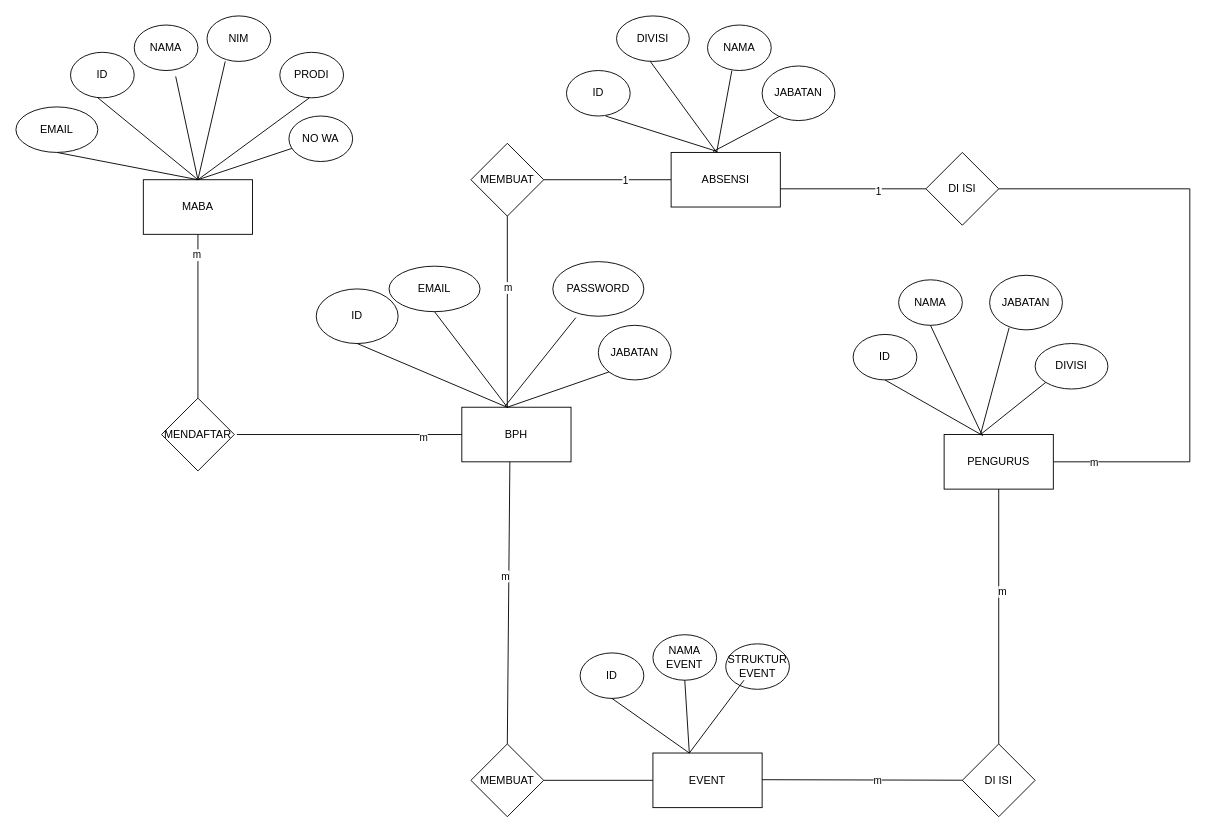
The draw.io diagram Draw io/ERD.drawio in lelymaria/DATA-PROYEK-2, before the edit. Source tidied: cells renumbered, new cells numbered last; positions are measured from the earlier drawing's top-left corner, leaving out a move shared by most shapes. Both pictures are drawn from the tidied source at 91%, with x=0, y=0 at pixel (15, 15).
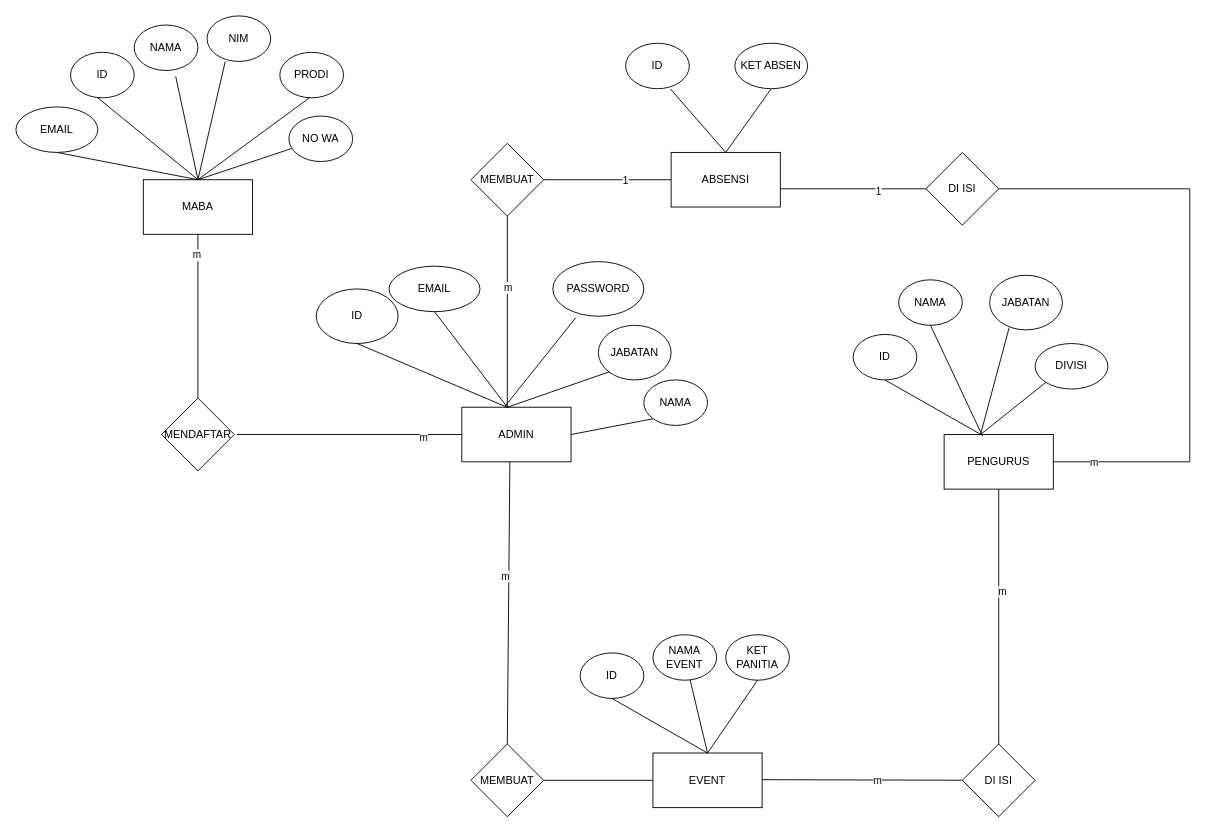
The same page after the edit.

The change refers to these unchanged cells:
```xml
<mxCell id="14" value="ABSENSI" style="rounded=0;whiteSpace=wrap;html=1;" parent="1" vertex="1">
  <mxGeometry x="720" y="150" width="120" height="60" as="geometry" />
</mxCell>
<mxCell id="31" value="EVENT" style="rounded=0;whiteSpace=wrap;html=1;" parent="1" vertex="1">
  <mxGeometry x="700" y="810" width="120" height="60" as="geometry" />
</mxCell>
<mxCell id="33" value="ID" style="ellipse;whiteSpace=wrap;html=1;" parent="1" vertex="1">
  <mxGeometry x="620" y="700" width="70" height="50" as="geometry" />
</mxCell>
<mxCell id="34" value="NAMA EVENT" style="ellipse;whiteSpace=wrap;html=1;" parent="1" vertex="1">
  <mxGeometry x="700" y="680" width="70" height="50" as="geometry" />
</mxCell>
```

What changed in the source:
```diff
@@
+    <mxCell id="74" style="edgeStyle=none;rounded=0;jettySize=auto;html=1;exitX=1;exitY=0.5;exitDx=0;exitDy=0;entryX=0;entryY=1;entryDx=0;entryDy=0;endArrow=none;endFill=0;" parent="1" edge="1" source="4" target="16">
+      <mxGeometry relative="1" as="geometry" />
+    </mxCell>
-    <mxCell id="4" value="BPH" style="rounded=0;whiteSpace=wrap;html=1;" parent="1" vertex="1">
+    <mxCell id="4" value="ADMIN" style="rounded=0;whiteSpace=wrap;html=1;" parent="1" vertex="1">
       <mxGeometry x="490" y="430" width="120" height="60" as="geometry" />
     </mxCell>
@@
+    <mxCell id="75" style="rounded=0;jettySize=auto;html=1;exitX=0.5;exitY=0;exitDx=0;exitDy=0;entryX=0.703;entryY=1.005;entryDx=0;entryDy=0;entryPerimeter=0;endArrow=none;endFill=0;" parent="1" edge="1" source="14" target="15">
+      <mxGeometry relative="1" as="geometry" />
+    </mxCell>
+    <mxCell id="76" style="edgeStyle=none;rounded=0;jettySize=auto;html=1;exitX=0.5;exitY=0;exitDx=0;exitDy=0;entryX=0.5;entryY=1;entryDx=0;entryDy=0;endArrow=none;endFill=0;" parent="1" edge="1" source="14" target="18">
+      <mxGeometry relative="1" as="geometry" />
+    </mxCell>
@@
     <mxCell id="15" value="ID" style="ellipse;whiteSpace=wrap;html=1;" parent="1" vertex="1">
-      <mxGeometry x="605" y="60" width="70" height="50" as="geometry" />
+      <mxGeometry x="670" y="30" width="70" height="50" as="geometry" />
     </mxCell>
-    <mxCell id="16" value="NAMA" style="ellipse;whiteSpace=wrap;html=1;" parent="1" vertex="1">
-      <mxGeometry x="760" y="10" width="70" height="50" as="geometry" />
-    </mxCell>
-    <mxCell id="17" value="JABATAN" style="ellipse;whiteSpace=wrap;html=1;" parent="1" vertex="1">
-      <mxGeometry x="820" y="55" width="80" height="60" as="geometry" />
-    </mxCell>
-    <mxCell id="18" value="DIVISI" style="ellipse;whiteSpace=wrap;html=1;" parent="1" vertex="1">
-      <mxGeometry x="660" width="80" height="50" as="geometry" />
+    <mxCell id="18" value="KET ABSEN" style="ellipse;whiteSpace=wrap;html=1;" parent="1" vertex="1">
+      <mxGeometry x="790" y="30" width="80" height="50" as="geometry" />
     </mxCell>
@@
+    <mxCell id="77" style="edgeStyle=none;rounded=0;jettySize=auto;html=1;exitX=0.5;exitY=0;exitDx=0;exitDy=0;entryX=0.5;entryY=1;entryDx=0;entryDy=0;endArrow=none;endFill=0;" parent="1" edge="1" source="31" target="35">
+      <mxGeometry relative="1" as="geometry" />
+    </mxCell>
+    <mxCell id="78" style="edgeStyle=none;rounded=0;jettySize=auto;html=1;exitX=0.5;exitY=0;exitDx=0;exitDy=0;endArrow=none;endFill=0;" parent="1" edge="1" source="31" target="34">
+      <mxGeometry relative="1" as="geometry" />
+    </mxCell>
+    <mxCell id="79" style="edgeStyle=none;rounded=0;jettySize=auto;html=1;exitX=0.5;exitY=0;exitDx=0;exitDy=0;entryX=0.5;entryY=1;entryDx=0;entryDy=0;endArrow=none;endFill=0;" parent="1" edge="1" source="31" target="33">
+      <mxGeometry relative="1" as="geometry" />
+    </mxCell>
@@
-    <mxCell id="35" value="STRUKTUR EVENT" style="ellipse;whiteSpace=wrap;html=1;" parent="1" vertex="1">
-      <mxGeometry x="780" y="690" width="70" height="50" as="geometry" />
+    <mxCell id="35" value="KET PANITIA" style="ellipse;whiteSpace=wrap;html=1;" parent="1" vertex="1">
+      <mxGeometry x="780" y="680" width="70" height="50" as="geometry" />
     </mxCell>
@@
-    <mxCell id="48" style="rounded=0;jettySize=auto;html=1;exitX=0.5;exitY=1;exitDx=0;exitDy=0;startArrow=none;startFill=0;endArrow=none;endFill=0;entryX=0.424;entryY=-0.016;entryDx=0;entryDy=0;entryPerimeter=0;" parent="1" edge="1" target="14">
-      <mxGeometry relative="1" as="geometry">
-        <mxPoint x="648" y="110" as="sourcePoint" />
-      </mxGeometry>
-    </mxCell>
-    <mxCell id="49" style="rounded=0;orthogonalLoop=1;jettySize=auto;html=1;exitX=0.5;exitY=1;exitDx=0;exitDy=0;startArrow=none;startFill=0;endArrow=none;endFill=0;" parent="1" edge="1">
-      <mxGeometry relative="1" as="geometry">
-        <mxPoint x="697.1" y="50" as="sourcePoint" />
-        <mxPoint x="770" y="150" as="targetPoint" />
-      </mxGeometry>
-    </mxCell>
-    <mxCell id="50" style="rounded=0;jettySize=auto;html=1;exitX=0.382;exitY=1.003;exitDx=0;exitDy=0;startArrow=none;startFill=0;endArrow=none;endFill=0;exitPerimeter=0;" parent="1" edge="1" source="16">
-      <mxGeometry relative="1" as="geometry">
-        <mxPoint x="770" y="150" as="targetPoint" />
-      </mxGeometry>
-    </mxCell>
-    <mxCell id="51" style="rounded=0;jettySize=auto;html=1;exitX=0.5;exitY=1;exitDx=0;exitDy=0;startArrow=none;startFill=0;endArrow=none;endFill=0;entryX=0.384;entryY=-0.016;entryDx=0;entryDy=0;entryPerimeter=0;" parent="1" edge="1" target="14">
-      <mxGeometry relative="1" as="geometry">
-        <mxPoint x="840" y="110" as="sourcePoint" />
-      </mxGeometry>
-    </mxCell>
@@
-    <mxCell id="67" style="rounded=0;jettySize=auto;html=1;exitX=0.5;exitY=1;exitDx=0;exitDy=0;startArrow=none;startFill=0;endArrow=none;endFill=0;" parent="1" edge="1" source="33">
-      <mxGeometry relative="1" as="geometry">
-        <mxPoint x="740" y="810" as="targetPoint" />
-      </mxGeometry>
-    </mxCell>
-    <mxCell id="68" style="rounded=0;jettySize=auto;html=1;startArrow=none;startFill=0;endArrow=none;endFill=0;exitX=0.5;exitY=1;exitDx=0;exitDy=0;" parent="1" edge="1" source="34">
-      <mxGeometry relative="1" as="geometry">
-        <mxPoint x="740" y="810" as="targetPoint" />
-      </mxGeometry>
-    </mxCell>
-    <mxCell id="69" style="rounded=0;orthogonalLoop=1;jettySize=auto;html=1;startArrow=none;startFill=0;endArrow=none;endFill=0;" parent="1" edge="1">
-      <mxGeometry relative="1" as="geometry">
-        <mxPoint x="800" y="730" as="sourcePoint" />
-        <mxPoint x="740" y="810" as="targetPoint" />
-      </mxGeometry>
-    </mxCell>
@@
+    <mxCell id="16" value="NAMA" style="ellipse;whiteSpace=wrap;html=1;" parent="1" vertex="1">
+      <mxGeometry x="690" y="400" width="70" height="50" as="geometry" />
+    </mxCell>
```
